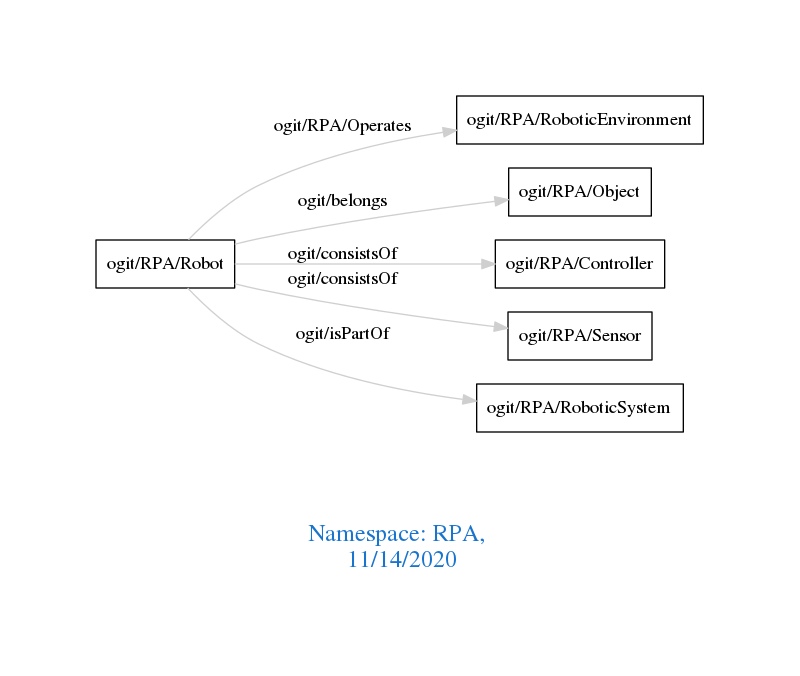
The Graphviz diagram downloads/RPA.png in arago/OGIT, before a commit. Its source is kept beside it as downloads/RPA.dot.
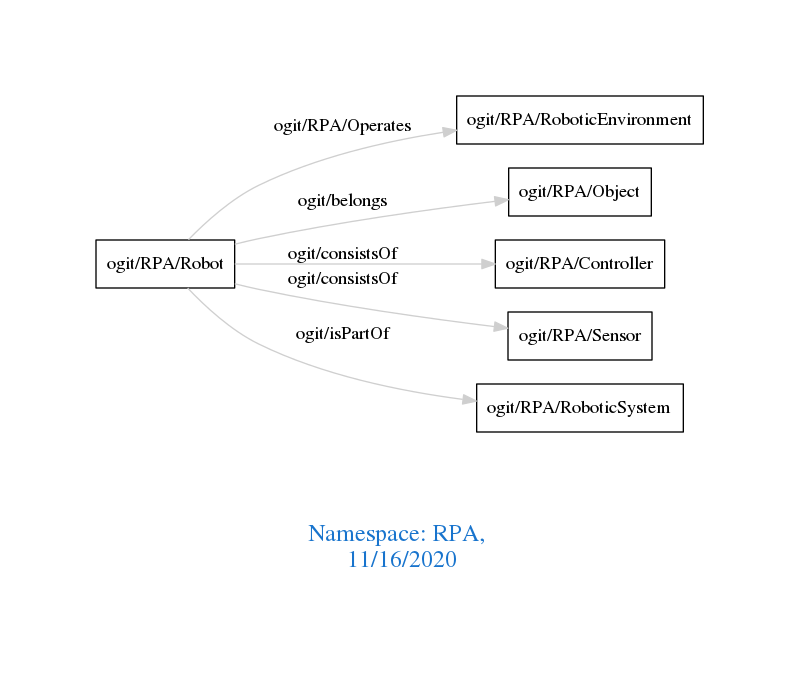
Above is the later version.

The edit, as a diff of the source:
```diff
@@ -1,7 +1,7 @@
 digraph OGIT_ontology {
  graph [ rankdir= LR,pad=1
 fontsize = 18,
-fontcolor= dodgerblue3,label = "\n\n\nNamespace: RPA, \n 11/14/2020"];
+fontcolor= dodgerblue3,label = "\n\n\nNamespace: RPA, \n 11/16/2020"];
 node[shape=polygon];
 edge [  color="gray81"];
 
```
